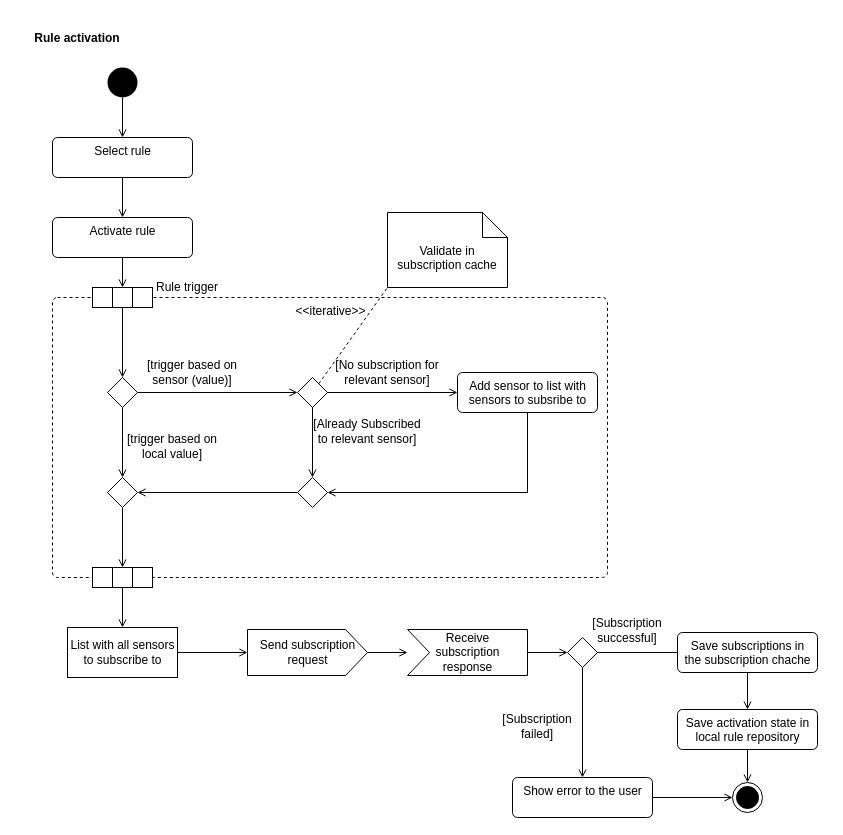
Earlier version of the draw.io diagram ActivityDiagrams/ruleActivation.drawio (frozzenshooter/LoRaParkAppDocumentation). Source tidied: cells renumbered, new cells numbered last; positions are measured from the earlier drawing's top-left corner, leaving out a move shared by most shapes. Both pictures are drawn from the tidied source at 100%, with x=0, y=0 at pixel (17, 17).
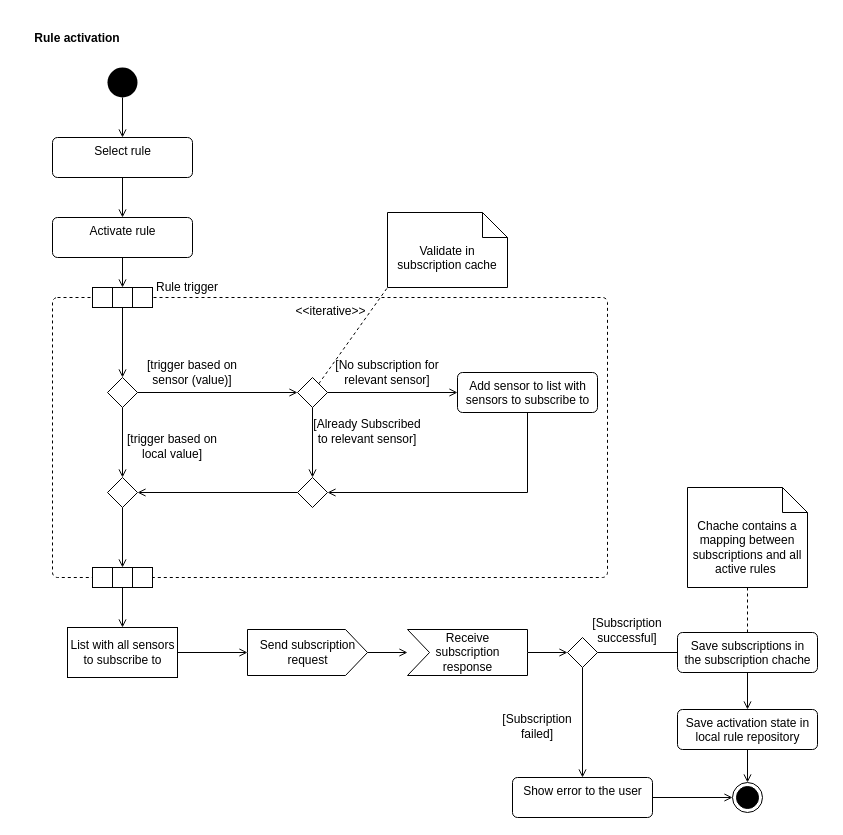
The same page after the edit.

Commit message (it also covers changes not shown here):
Rule activation and deactivation added

The change refers to these unchanged cells:
```xml
<mxCell id="50" value="Save subscriptions in&lt;br&gt;the subscription chache" style="html=1;align=center;verticalAlign=top;rounded=1;absoluteArcSize=1;arcSize=10;dashed=0;" parent="1" vertex="1">
  <mxGeometry x="660" y="615" width="140" height="40" as="geometry" />
</mxCell>
```

Diff of the diagram source:
```diff
@@
+    <mxCell id="57" style="edgeStyle=none;rounded=0;jettySize=auto;html=1;endArrow=none;endFill=0;strokeWidth=1;dashed=1;" parent="1" edge="1" source="50" target="58">
+      <mxGeometry relative="1" as="geometry" />
+    </mxCell>
@@
-    <mxCell id="54" value="Add sensor to list with&lt;br&gt;sensors to subsribe to" style="html=1;align=center;verticalAlign=top;rounded=1;absoluteArcSize=1;arcSize=10;dashed=0;" parent="1" vertex="1">
+    <mxCell id="54" value="Add sensor to list with&lt;br&gt;sensors to subscribe to" style="html=1;align=center;verticalAlign=top;rounded=1;absoluteArcSize=1;arcSize=10;dashed=0;" parent="1" vertex="1">
       <mxGeometry x="440" y="355" width="140" height="40" as="geometry" />
     </mxCell>
@@
+    <mxCell id="58" value="Chache contains a mapping between subscriptions and all active rules&amp;nbsp;" style="shape=note2;boundedLbl=1;whiteSpace=wrap;html=1;size=25;verticalAlign=top;align=center;" parent="1" vertex="1">
+      <mxGeometry x="670" y="470" width="120" height="100" as="geometry" />
+    </mxCell>
```
